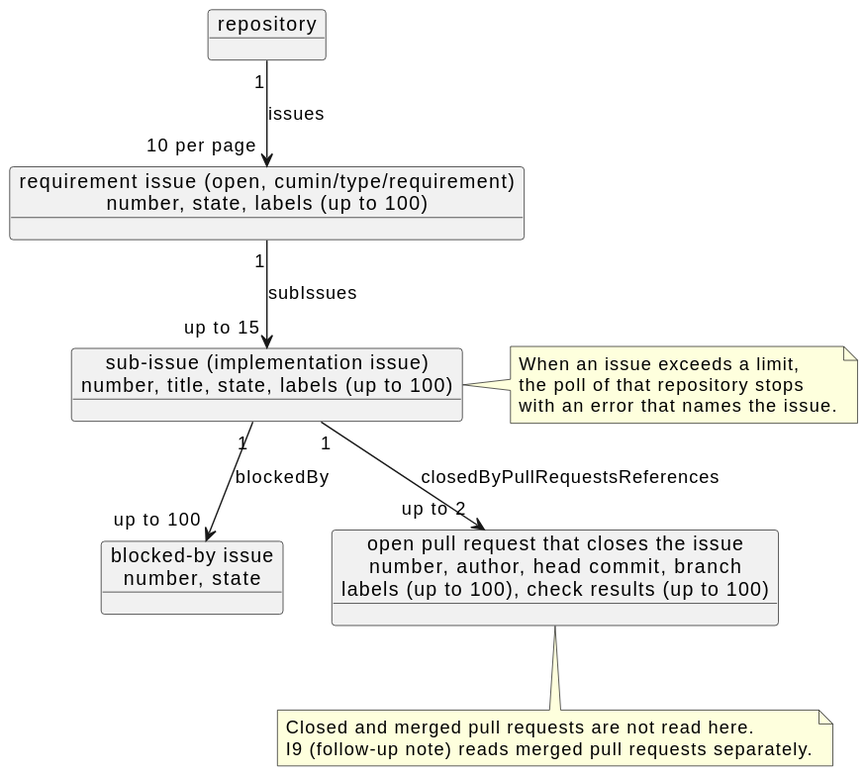
Earlier version of the PlantUML export docs/ja/designs/poll-snapshot.svg (cloveclovedev/cumin-works).
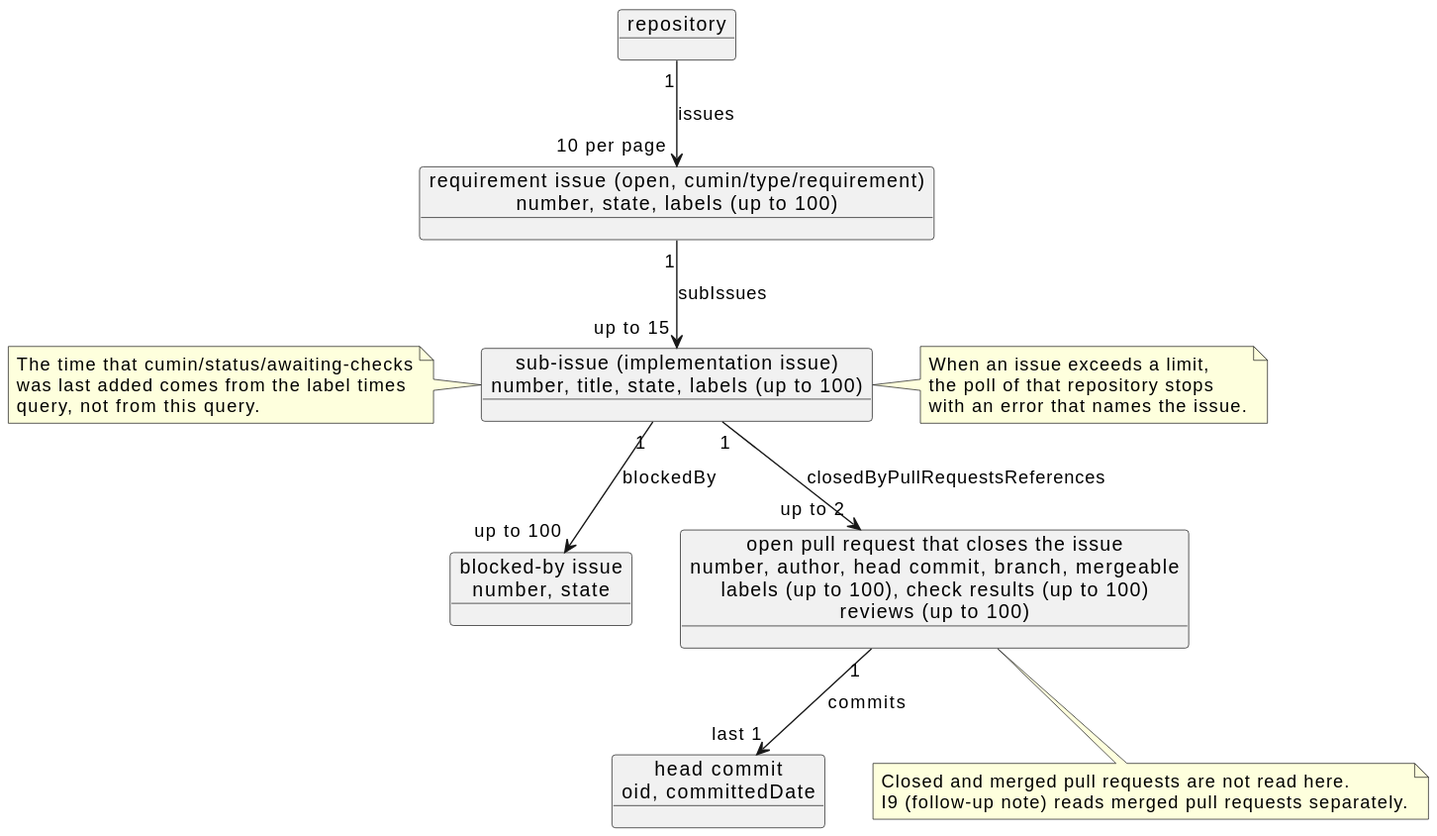
After the commit.

Change to the diagram source:
```diff
@@ -6,16 +6,23 @@
 object "requirement issue (open, cumin/type/requirement)\nnumber, state, labels (up to 100)" as req
 object "sub-issue (implementation issue)\nnumber, title, state, labels (up to 100)" as sub
 object "blocked-by issue\nnumber, state" as blocker
-object "open pull request that closes the issue\nnumber, author, head commit, branch\nlabels (up to 100), check results (up to 100)" as pr
+object "open pull request that closes the issue\nnumber, author, head commit, branch, mergeable\nlabels (up to 100), check results (up to 100)\nreviews (up to 100)" as pr
+object "head commit\noid, committedDate" as commit
 
 repo "1" --> "10 per page" req : issues
 req "1" --> "up to 15" sub : subIssues
 sub "1" --> "up to 100" blocker : blockedBy
 sub "1" --> "up to 2" pr : closedByPullRequestsReferences
+pr "1" --> "last 1" commit : commits
 
 note bottom of pr
   Closed and merged pull requests are not read here.
   I9 (follow-up note) reads merged pull requests separately.
+end note
+note left of sub
+  The time that cumin/status/awaiting-checks
+  was last added comes from the label times
+  query, not from this query.
 end note
 note right of sub
   When an issue exceeds a limit,
```
